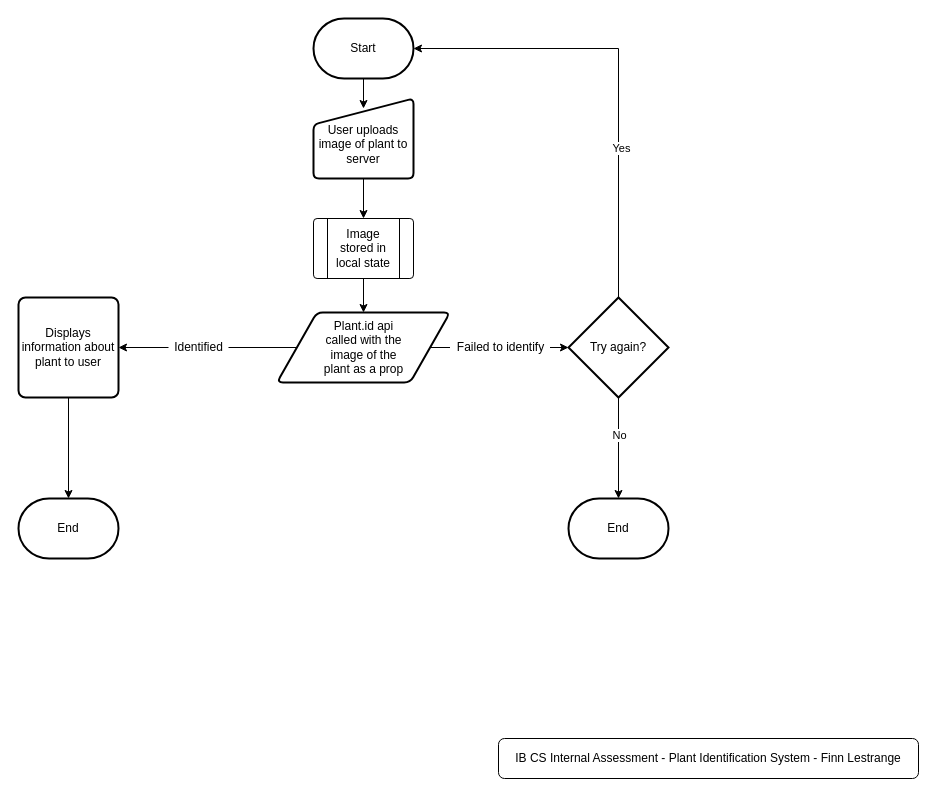
Above: Diagrams and Flowcharts/PlantIdentification.drawio in 71xn/ibcs-ia (draw.io), before the change. Source tidied: cells renumbered, new cells numbered last; positions are measured from the earlier drawing's top-left corner, leaving out a move shared by most shapes. Both pictures are drawn from the tidied source at 100%, with x=0, y=0 at pixel (18, 18).
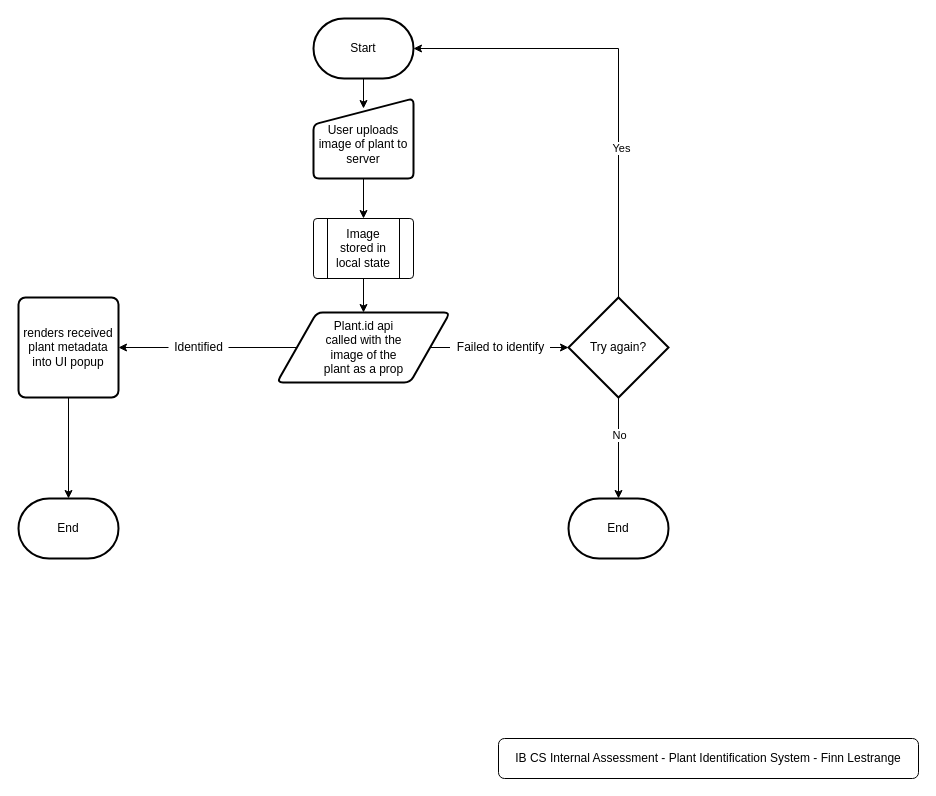
The same diagram, later.

Change to the diagram source:
```diff
@@
-    <mxCell id="13" value="Displays information about plant to user" style="rounded=1;whiteSpace=wrap;html=1;absoluteArcSize=1;arcSize=14;strokeWidth=2;" parent="1" vertex="1">
+    <mxCell id="13" value="renders received plant metadata into UI popup" style="rounded=1;whiteSpace=wrap;html=1;absoluteArcSize=1;arcSize=14;strokeWidth=2;" parent="1" vertex="1">
       <mxGeometry y="279" width="100" height="100" as="geometry" />
     </mxCell>
```
